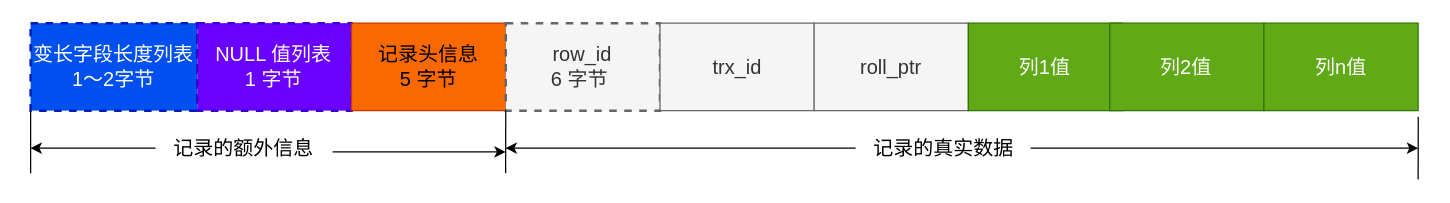
This is mysql/row_format/COMPACT.drawio from xiaolincoder/ImageHost4, a draw.io file, before an edit. Source tidied: cells renumbered, new cells numbered last; positions are measured from the earlier drawing's top-left corner, leaving out a move shared by most shapes. Both pictures are drawn from the tidied source at 125%, with x=0, y=0 at pixel (30, 22).
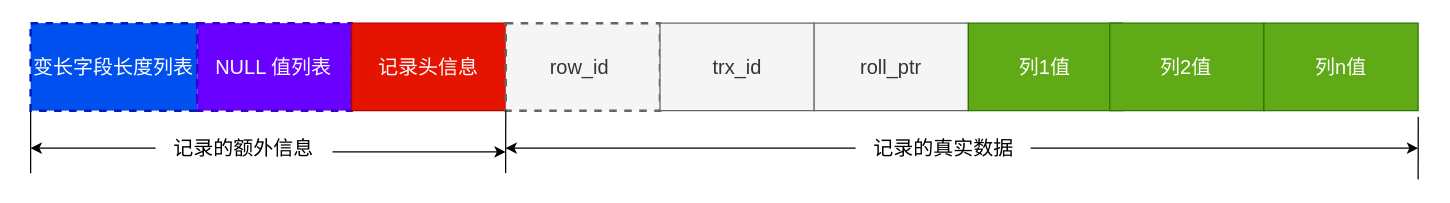
After the change.

What changed in the source:
```diff
@@
-    <mxCell id="2" value="变长字段长度列表&lt;br style=&quot;font-size: 16px;&quot;&gt;1～2字节" style="rounded=0;whiteSpace=wrap;html=1;dashed=1;fontSize=16;strokeWidth=2;fillColor=#0050ef;fontColor=#ffffff;strokeColor=#001DBC;" parent="1" vertex="1">
+    <mxCell id="2" value="变长字段长度列表" style="rounded=0;whiteSpace=wrap;html=1;dashed=1;fontSize=16;strokeWidth=2;fillColor=#0050ef;fontColor=#ffffff;strokeColor=#001DBC;" parent="1" vertex="1">
       <mxGeometry width="133.4" height="70" as="geometry" />
     </mxCell>
-    <mxCell id="3" value="NULL 值列表&lt;br style=&quot;font-size: 16px;&quot;&gt;1 字节" style="rounded=0;whiteSpace=wrap;html=1;dashed=1;fontSize=16;strokeWidth=2;fillColor=#6a00ff;fontColor=#ffffff;strokeColor=#3700CC;" parent="1" vertex="1">
+    <mxCell id="3" value="NULL 值列表" style="rounded=0;whiteSpace=wrap;html=1;dashed=1;fontSize=16;strokeWidth=2;fillColor=#6a00ff;fontColor=#ffffff;strokeColor=#3700CC;" parent="1" vertex="1">
       <mxGeometry x="133.4" width="123.4" height="70" as="geometry" />
     </mxCell>
-    <mxCell id="4" value="记录头信息&lt;br style=&quot;font-size: 16px;&quot;&gt;5 字节" style="rounded=0;whiteSpace=wrap;html=1;fontSize=16;fillColor=#fa6800;fontColor=#000000;strokeColor=#C73500;" parent="1" vertex="1">
+    <mxCell id="4" value="记录头信息" style="rounded=0;whiteSpace=wrap;html=1;fontSize=16;fillColor=#e51400;fontColor=#ffffff;strokeColor=#B20000;" parent="1" vertex="1">
       <mxGeometry x="256.7" width="123.4" height="70" as="geometry" />
     </mxCell>
-    <mxCell id="5" value="row_id&lt;br style=&quot;font-size: 16px;&quot;&gt;6 字节&amp;nbsp;" style="rounded=0;whiteSpace=wrap;html=1;dashed=1;fontSize=16;fillColor=#f5f5f5;fontColor=#333333;strokeColor=#666666;strokeWidth=2;" parent="1" vertex="1">
+    <mxCell id="5" value="row_id&amp;nbsp;" style="rounded=0;whiteSpace=wrap;html=1;dashed=1;fontSize=16;fillColor=#f5f5f5;fontColor=#333333;strokeColor=#666666;strokeWidth=2;" parent="1" vertex="1">
       <mxGeometry x="380.1" width="123.4" height="70" as="geometry" />
     </mxCell>
```
